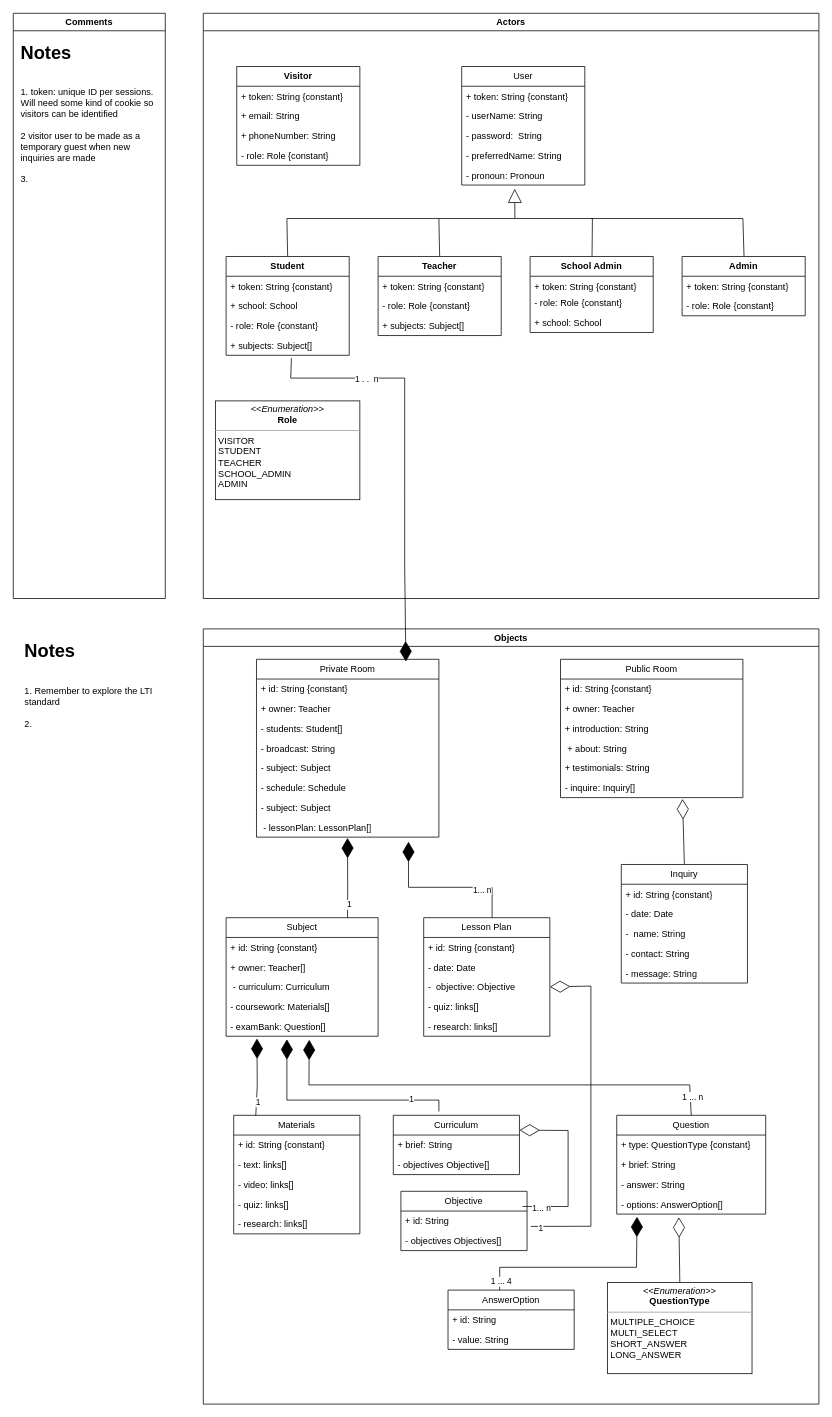
Before: docs/assets/Level 1 Class diagram.drawio in akshayvijaynair/music-academy-docs, a draw.io diagram. Source tidied: cells renumbered, new cells numbered last; positions are measured from the earlier drawing's top-left corner, leaving out a move shared by most shapes. Both pictures are drawn from the tidied source at 76%, with x=0, y=0 at pixel (13, 13).
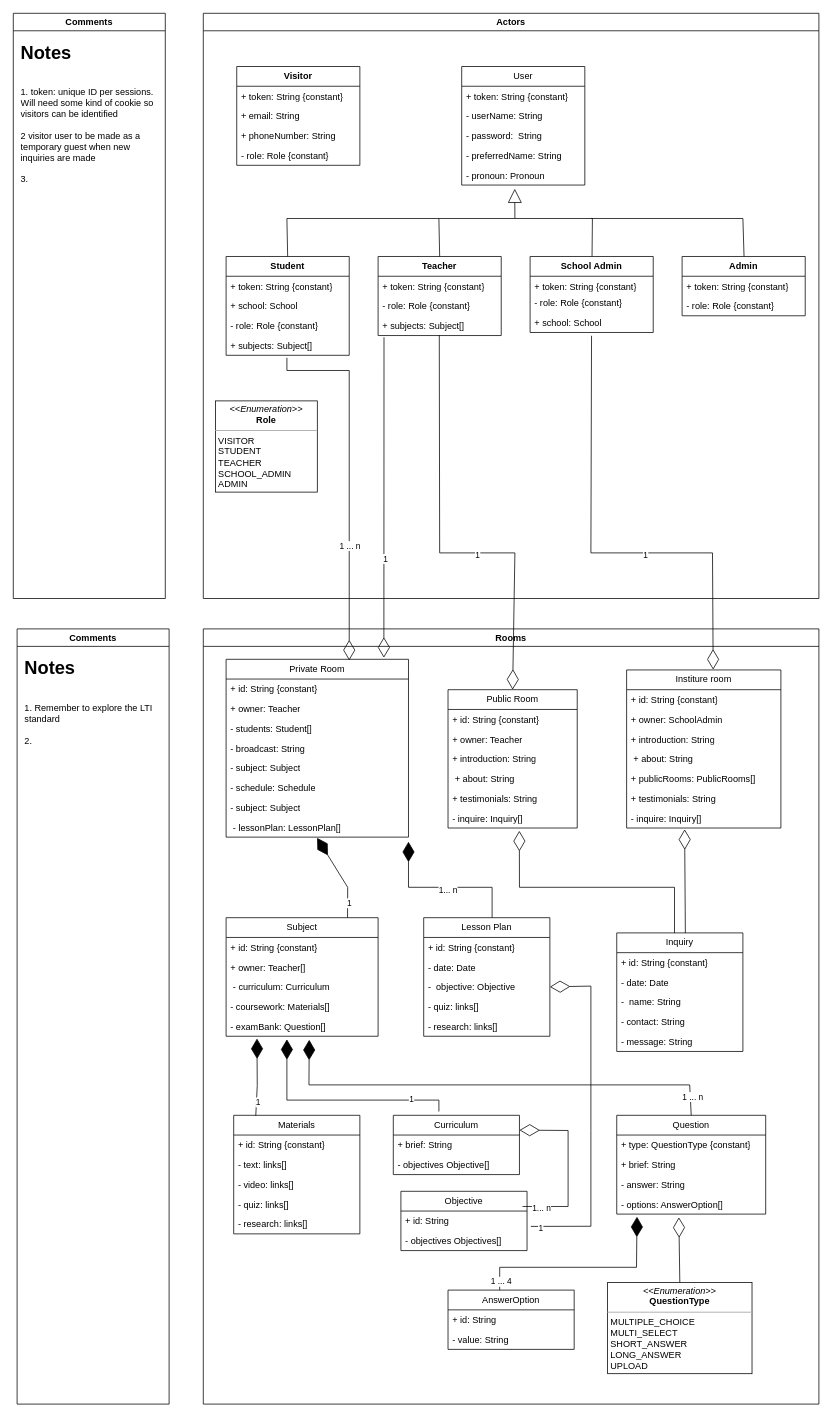
The same diagram, later.

Commit message:
feat(ClassDiagram): added institureRoom class

Unchanged cells that the change refers to:
```xml
<mxCell id="2" value="Actors" style="swimlane;whiteSpace=wrap;html=1;" parent="1" vertex="1">
  <mxGeometry x="250" width="810" height="770" as="geometry" />
</mxCell>
<mxCell id="7" value="+ subjects: Subject[]" style="text;strokeColor=none;fillColor=none;align=left;verticalAlign=top;spacingLeft=4;spacingRight=4;overflow=hidden;points=[[0,0.5],[1,0.5]];portConstraint=eastwest;whiteSpace=wrap;html=1;" parent="3" vertex="1">
  <mxGeometry y="104" width="162" height="26" as="geometry" />
</mxCell>
<mxCell id="11" value="+ subjects: Subject[]" style="text;strokeColor=none;fillColor=none;align=left;verticalAlign=top;spacingLeft=4;spacingRight=4;overflow=hidden;points=[[0,0.5],[1,0.5]];portConstraint=eastwest;whiteSpace=wrap;html=1;" parent="8" vertex="1">
  <mxGeometry y="78" width="162" height="26" as="geometry" />
</mxCell>
<mxCell id="15" value="+ school: School" style="text;strokeColor=none;fillColor=none;align=left;verticalAlign=top;spacingLeft=4;spacingRight=4;overflow=hidden;points=[[0,0.5],[1,0.5]];portConstraint=eastwest;whiteSpace=wrap;html=1;" parent="12" vertex="1">
  <mxGeometry y="74" width="162" height="26" as="geometry" />
</mxCell>
<mxCell id="72" style="endArrow=diamondThin;endFill=1;endSize=24;html=1;rounded=0;exitX=0.799;exitY=0;exitDx=0;exitDy=0;exitPerimeter=0;" parent="35" edge="1">
  <mxGeometry relative="1" as="geometry">
    <mxPoint x="380" y="380" as="sourcePoint" />
    <mxPoint x="270" y="280" as="targetPoint" />
    <Array as="points">
      <mxPoint x="380" y="340" />
      <mxPoint x="270" y="340" />
    </Array>
  </mxGeometry>
</mxCell>
```

The edit, as a diff of the source:
```diff
@@
     <mxCell id="30" value="&lt;p style=&quot;margin:0px;margin-top:4px;text-align:center;&quot;&gt;&lt;i&gt;&amp;lt;&amp;lt;Enumeration&amp;gt;&amp;gt;&lt;/i&gt;&lt;br&gt;&lt;b&gt;Role&lt;/b&gt;&lt;/p&gt;&lt;hr size=&quot;1&quot;&gt;&lt;p style=&quot;margin:0px;margin-left:4px;&quot;&gt;VISITOR&lt;/p&gt;&lt;p style=&quot;margin:0px;margin-left:4px;&quot;&gt;STUDENT&lt;br&gt;&lt;/p&gt;&lt;p style=&quot;margin:0px;margin-left:4px;&quot;&gt;TEACHER&lt;/p&gt;&lt;p style=&quot;margin:0px;margin-left:4px;&quot;&gt;SCHOOL_ADMIN&lt;/p&gt;&lt;p style=&quot;margin:0px;margin-left:4px;&quot;&gt;ADMIN&lt;/p&gt;&lt;p style=&quot;margin:0px;margin-left:4px;&quot;&gt;&lt;br&gt;&lt;/p&gt;" style="verticalAlign=top;align=left;overflow=fill;fontSize=12;fontFamily=Helvetica;html=1;whiteSpace=wrap;" parent="2" vertex="1">
-      <mxGeometry x="16" y="510" width="190" height="130" as="geometry" />
+      <mxGeometry x="16" y="510" width="134" height="120" as="geometry" />
     </mxCell>
@@
-    <mxCell id="35" value="Objects" style="swimlane;whiteSpace=wrap;html=1;startSize=23;" parent="1" vertex="1">
+    <mxCell id="35" value="Rooms" style="swimlane;whiteSpace=wrap;html=1;startSize=23;" parent="1" vertex="1">
       <mxGeometry x="250" y="810" width="810" height="1020" as="geometry" />
     </mxCell>
@@
     <mxCell id="42" value="Private Room" style="swimlane;fontStyle=0;horizontal=1;startSize=26;fillColor=none;whiteSpace=wrap;html=1;" parent="35" vertex="1">
-      <mxGeometry x="70" y="40" width="240" height="234" as="geometry" />
+      <mxGeometry x="30" y="40" width="240" height="234" as="geometry" />
     </mxCell>
@@
     <mxCell id="63" value="Public Room" style="swimlane;fontStyle=0;horizontal=1;startSize=26;fillColor=none;whiteSpace=wrap;html=1;" parent="35" vertex="1">
-      <mxGeometry x="470" y="40" width="240" height="182" as="geometry" />
+      <mxGeometry x="322" y="80" width="170" height="182" as="geometry" />
     </mxCell>
     <mxCell id="64" value="+ id: String {constant}" style="text;strokeColor=none;fillColor=none;align=left;verticalAlign=top;spacingLeft=4;spacingRight=4;overflow=hidden;whiteSpace=wrap;html=1;" parent="63" vertex="1">
-      <mxGeometry y="26" width="240" height="26" as="geometry" />
+      <mxGeometry y="26" width="170" height="26" as="geometry" />
     </mxCell>
     <mxCell id="65" value="+ owner: Teacher" style="text;strokeColor=none;fillColor=none;align=left;verticalAlign=top;spacingLeft=4;spacingRight=4;overflow=hidden;whiteSpace=wrap;html=1;" parent="63" vertex="1">
-      <mxGeometry y="52" width="240" height="26" as="geometry" />
+      <mxGeometry y="52" width="170" height="26" as="geometry" />
     </mxCell>
     <mxCell id="66" value="+ introduction: String" style="text;strokeColor=none;fillColor=none;align=left;verticalAlign=top;spacingLeft=4;spacingRight=4;overflow=hidden;whiteSpace=wrap;html=1;" parent="63" vertex="1">
-      <mxGeometry y="78" width="240" height="26" as="geometry" />
+      <mxGeometry y="78" width="170" height="26" as="geometry" />
     </mxCell>
     <mxCell id="67" value="&amp;nbsp;+ about: String" style="text;strokeColor=none;fillColor=none;align=left;verticalAlign=top;spacingLeft=4;spacingRight=4;overflow=hidden;whiteSpace=wrap;html=1;" parent="63" vertex="1">
-      <mxGeometry y="104" width="240" height="26" as="geometry" />
+      <mxGeometry y="104" width="170" height="26" as="geometry" />
     </mxCell>
     <mxCell id="68" value="+ testimonials: String" style="text;strokeColor=none;fillColor=none;align=left;verticalAlign=top;spacingLeft=4;spacingRight=4;overflow=hidden;whiteSpace=wrap;html=1;" parent="63" vertex="1">
-      <mxGeometry y="130" width="240" height="26" as="geometry" />
+      <mxGeometry y="130" width="170" height="26" as="geometry" />
     </mxCell>
     <mxCell id="69" value="- inquire: Inquiry[]" style="text;strokeColor=none;fillColor=none;align=left;verticalAlign=top;spacingLeft=4;spacingRight=4;overflow=hidden;points=[[0,0.5],[1,0.5]];portConstraint=eastwest;whiteSpace=wrap;html=1;" parent="63" vertex="1">
-      <mxGeometry y="156" width="240" height="26" as="geometry" />
+      <mxGeometry y="156" width="170" height="26" as="geometry" />
     </mxCell>
@@
     <mxCell id="73" value="1... n" style="edgeLabel;html=1;align=center;verticalAlign=middle;" parent="72" vertex="1">
-      <mxGeometry x="-0.49" y="3" relative="1" as="geometry" />
+      <mxGeometry x="-0.49" y="3" relative="1" as="geometry">
+        <mxPoint x="-45" as="offset" />
+      </mxGeometry>
     </mxCell>
-    <mxCell id="74" style="endArrow=diamondThin;endFill=1;endSize=24;html=1;rounded=0;exitX=0.562;exitY=1.146;exitDx=0;exitDy=0;entryX=0.819;entryY=0.013;entryDx=0;entryDy=0;exitPerimeter=0;entryPerimeter=0;" parent="35" edge="1" target="42">
-      <mxGeometry relative="1" as="geometry">
-        <mxPoint x="116" y="-356.2" as="sourcePoint" />
-        <Array as="points">
-          <mxPoint x="115" y="-330" />
-          <mxPoint x="265" y="-330" />
-          <mxPoint x="265" y="-180" />
-          <mxPoint x="265" y="-80" />
-        </Array>
-      </mxGeometry>
-    </mxCell>
-    <mxCell id="75" value="1 . .&amp;nbsp; n" style="edgeLabel;html=1;align=center;verticalAlign=middle;" parent="74" vertex="1">
-      <mxGeometry x="-0.54" relative="1" as="geometry" />
-    </mxCell>
@@
-    <mxCell id="98" value="&lt;p style=&quot;margin:0px;margin-top:4px;text-align:center;&quot;&gt;&lt;i&gt;&amp;lt;&amp;lt;Enumeration&amp;gt;&amp;gt;&lt;/i&gt;&lt;br&gt;&lt;b&gt;QuestionType&lt;/b&gt;&lt;/p&gt;&lt;hr size=&quot;1&quot;&gt;&lt;p style=&quot;margin:0px;margin-left:4px;&quot;&gt;MULTIPLE_CHOICE&lt;/p&gt;&lt;p style=&quot;margin:0px;margin-left:4px;&quot;&gt;MULTI_SELECT&lt;/p&gt;&lt;p style=&quot;margin:0px;margin-left:4px;&quot;&gt;SHORT_ANSWER&lt;/p&gt;&lt;p style=&quot;margin:0px;margin-left:4px;&quot;&gt;LONG_ANSWER&lt;/p&gt;&lt;p style=&quot;margin:0px;margin-left:4px;&quot;&gt;&lt;br&gt;&lt;/p&gt;&lt;p style=&quot;margin:0px;margin-left:4px;&quot;&gt;&lt;br&gt;&lt;/p&gt;" style="verticalAlign=top;align=left;overflow=fill;fontSize=12;fontFamily=Helvetica;html=1;whiteSpace=wrap;" parent="35" vertex="1">
+    <mxCell id="98" value="&lt;p style=&quot;margin:0px;margin-top:4px;text-align:center;&quot;&gt;&lt;i&gt;&amp;lt;&amp;lt;Enumeration&amp;gt;&amp;gt;&lt;/i&gt;&lt;br&gt;&lt;b&gt;QuestionType&lt;/b&gt;&lt;/p&gt;&lt;hr size=&quot;1&quot;&gt;&lt;p style=&quot;margin:0px;margin-left:4px;&quot;&gt;MULTIPLE_CHOICE&lt;/p&gt;&lt;p style=&quot;margin:0px;margin-left:4px;&quot;&gt;MULTI_SELECT&lt;/p&gt;&lt;p style=&quot;margin:0px;margin-left:4px;&quot;&gt;SHORT_ANSWER&lt;/p&gt;&lt;p style=&quot;margin:0px;margin-left:4px;&quot;&gt;LONG_ANSWER&lt;/p&gt;&lt;p style=&quot;margin:0px;margin-left:4px;&quot;&gt;UPLOAD&lt;/p&gt;&lt;p style=&quot;margin:0px;margin-left:4px;&quot;&gt;&lt;br&gt;&lt;/p&gt;" style="verticalAlign=top;align=left;overflow=fill;fontSize=12;fontFamily=Helvetica;html=1;whiteSpace=wrap;" parent="35" vertex="1">
       <mxGeometry x="532" y="860" width="190" height="120" as="geometry" />
     </mxCell>
@@
     <mxCell id="104" value="Inquiry" style="swimlane;fontStyle=0;horizontal=1;startSize=26;fillColor=none;whiteSpace=wrap;html=1;" parent="35" vertex="1">
-      <mxGeometry x="550" y="310" width="166" height="156" as="geometry" />
+      <mxGeometry x="544" y="400" width="166" height="156" as="geometry" />
     </mxCell>
@@
-    <mxCell id="110" style="endArrow=diamondThin;endFill=0;endSize=24;html=1;rounded=0;exitX=0.5;exitY=0;exitDx=0;exitDy=0;entryX=0.669;entryY=1.069;entryDx=0;entryDy=0;entryPerimeter=0;" parent="35" edge="1" source="104" target="69">
-      <mxGeometry relative="1" as="geometry" />
+    <mxCell id="110" style="endArrow=diamondThin;endFill=0;endSize=24;html=1;rounded=0;entryX=0.552;entryY=1.143;entryDx=0;entryDy=0;entryPerimeter=0;" parent="35" edge="1" target="69">
+      <mxGeometry relative="1" as="geometry">
+        <mxPoint x="620" y="400" as="sourcePoint" />
+        <Array as="points">
+          <mxPoint x="620" y="340" />
+          <mxPoint x="416" y="340" />
+        </Array>
+      </mxGeometry>
     </mxCell>
+    <mxCell id="114" value="Institure room" style="swimlane;fontStyle=0;horizontal=1;startSize=26;fillColor=none;whiteSpace=wrap;html=1;" parent="35" vertex="1">
+      <mxGeometry x="557" y="54" width="203" height="208" as="geometry" />
+    </mxCell>
+    <mxCell id="115" value="+ id: String {constant}" style="text;strokeColor=none;fillColor=none;align=left;verticalAlign=top;spacingLeft=4;spacingRight=4;overflow=hidden;whiteSpace=wrap;html=1;" parent="114" vertex="1">
+      <mxGeometry y="26" width="203" height="26" as="geometry" />
+    </mxCell>
+    <mxCell id="116" value="+ owner: SchoolAdmin" style="text;strokeColor=none;fillColor=none;align=left;verticalAlign=top;spacingLeft=4;spacingRight=4;overflow=hidden;whiteSpace=wrap;html=1;" parent="114" vertex="1">
+      <mxGeometry y="52" width="203" height="26" as="geometry" />
+    </mxCell>
+    <mxCell id="117" value="+ introduction: String" style="text;strokeColor=none;fillColor=none;align=left;verticalAlign=top;spacingLeft=4;spacingRight=4;overflow=hidden;whiteSpace=wrap;html=1;" parent="114" vertex="1">
+      <mxGeometry y="78" width="203" height="26" as="geometry" />
+    </mxCell>
+    <mxCell id="118" value="&amp;nbsp;+ about: String" style="text;strokeColor=none;fillColor=none;align=left;verticalAlign=top;spacingLeft=4;spacingRight=4;overflow=hidden;whiteSpace=wrap;html=1;" parent="114" vertex="1">
+      <mxGeometry y="104" width="203" height="26" as="geometry" />
+    </mxCell>
+    <mxCell id="119" value="+ publicRooms: PublicRooms[]" style="text;strokeColor=none;fillColor=none;align=left;verticalAlign=top;spacingLeft=4;spacingRight=4;overflow=hidden;whiteSpace=wrap;html=1;" parent="114" vertex="1">
+      <mxGeometry y="130" width="203" height="26" as="geometry" />
+    </mxCell>
+    <mxCell id="120" value="+ testimonials: String" style="text;strokeColor=none;fillColor=none;align=left;verticalAlign=top;spacingLeft=4;spacingRight=4;overflow=hidden;whiteSpace=wrap;html=1;" parent="114" vertex="1">
+      <mxGeometry y="156" width="203" height="26" as="geometry" />
+    </mxCell>
+    <mxCell id="121" value="- inquire: Inquiry[]" style="text;strokeColor=none;fillColor=none;align=left;verticalAlign=top;spacingLeft=4;spacingRight=4;overflow=hidden;points=[[0,0.5],[1,0.5]];portConstraint=eastwest;whiteSpace=wrap;html=1;" parent="114" vertex="1">
+      <mxGeometry y="182" width="203" height="26" as="geometry" />
+    </mxCell>
+    <mxCell id="122" style="endArrow=diamondThin;endFill=0;endSize=24;html=1;rounded=0;exitX=0.544;exitY=0;exitDx=0;exitDy=0;entryX=0.376;entryY=1.065;entryDx=0;entryDy=0;entryPerimeter=0;exitPerimeter=0;" parent="35" edge="1" source="104" target="121">
+      <mxGeometry relative="1" as="geometry" />
+    </mxCell>
@@
+    <mxCell id="123" style="endArrow=diamondThin;endFill=0;endSize=24;html=1;rounded=0;exitX=0.048;exitY=1.088;exitDx=0;exitDy=0;entryX=0.865;entryY=-0.009;entryDx=0;entryDy=0;exitPerimeter=0;entryPerimeter=0;" parent="1" edge="1" source="11" target="42">
+      <mxGeometry relative="1" as="geometry" />
+    </mxCell>
+    <mxCell id="124" value="1" style="edgeLabel;html=1;align=center;verticalAlign=middle;" parent="123" vertex="1">
+      <mxGeometry x="0.38" y="2" relative="1" as="geometry" />
+    </mxCell>
+    <mxCell id="125" style="endArrow=diamondThin;endFill=0;endSize=24;html=1;rounded=0;entryX=0.5;entryY=0;entryDx=0;entryDy=0;exitX=0.497;exitY=0.98;exitDx=0;exitDy=0;exitPerimeter=0;" parent="1" edge="1" source="11" target="63">
+      <mxGeometry relative="1" as="geometry">
+        <Array as="points">
+          <mxPoint x="561" y="710" />
+          <mxPoint x="660" y="710" />
+        </Array>
+      </mxGeometry>
+    </mxCell>
+    <mxCell id="126" value="1" style="edgeLabel;html=1;align=center;verticalAlign=middle;" parent="125" vertex="1">
+      <mxGeometry x="0.19" y="-2" relative="1" as="geometry" />
+    </mxCell>
+    <mxCell id="127" style="endArrow=diamondThin;endFill=0;endSize=24;html=1;rounded=0;exitX=0.494;exitY=1.128;exitDx=0;exitDy=0;entryX=0.675;entryY=0.006;entryDx=0;entryDy=0;exitPerimeter=0;entryPerimeter=0;" parent="1" edge="1" source="7" target="42">
+      <mxGeometry relative="1" as="geometry">
+        <Array as="points">
+          <mxPoint x="360" y="470" />
+          <mxPoint x="442" y="470" />
+        </Array>
+      </mxGeometry>
+    </mxCell>
+    <mxCell id="128" value="1 ... n" style="edgeLabel;html=1;align=center;verticalAlign=middle;" parent="127" vertex="1">
+      <mxGeometry x="0.37" relative="1" as="geometry" />
+    </mxCell>
+    <mxCell id="129" value="Comments" style="swimlane;whiteSpace=wrap;html=1;" parent="1" vertex="1">
+      <mxGeometry x="5" y="810" width="200" height="1020" as="geometry" />
+    </mxCell>
-    <mxCell id="113" value="&lt;h1&gt;Notes&lt;/h1&gt;&lt;div&gt;&lt;br&gt;&lt;/div&gt;&lt;div&gt;1. Remember to explore the LTI standard&lt;/div&gt;&lt;div&gt;&lt;br&gt;&lt;/div&gt;&lt;div&gt;2.&amp;nbsp;&lt;/div&gt;" style="text;html=1;strokeColor=none;fillColor=none;spacing=5;spacingTop=-20;whiteSpace=wrap;overflow=hidden;rounded=0;" parent="1" vertex="1">
-      <mxGeometry x="10" y="820" width="190" height="738" as="geometry" />
+    <mxCell id="113" value="&lt;h1&gt;Notes&lt;/h1&gt;&lt;div&gt;&lt;br&gt;&lt;/div&gt;&lt;div&gt;1. Remember to explore the LTI standard&lt;/div&gt;&lt;div&gt;&lt;br&gt;&lt;/div&gt;&lt;div&gt;2.&amp;nbsp;&lt;/div&gt;" style="text;html=1;strokeColor=none;fillColor=none;spacing=5;spacingTop=-20;whiteSpace=wrap;overflow=hidden;rounded=0;" parent="129" vertex="1">
+      <mxGeometry x="5" y="32" width="190" height="988" as="geometry" />
     </mxCell>
+    <mxCell id="130" style="endArrow=diamondThin;endFill=0;endSize=24;html=1;rounded=0;entryX=0.561;entryY=-0.002;entryDx=0;entryDy=0;exitX=0.499;exitY=1.166;exitDx=0;exitDy=0;exitPerimeter=0;entryPerimeter=0;" parent="1" edge="1" source="15" target="114">
+      <mxGeometry relative="1" as="geometry">
+        <Array as="points">
+          <mxPoint x="760" y="710" />
+          <mxPoint x="920" y="710" />
+        </Array>
+      </mxGeometry>
+    </mxCell>
+    <mxCell id="131" value="1" style="edgeLabel;html=1;align=center;verticalAlign=middle;" parent="130" vertex="1">
+      <mxGeometry x="0.19" y="-2" relative="1" as="geometry" />
+    </mxCell>
```
